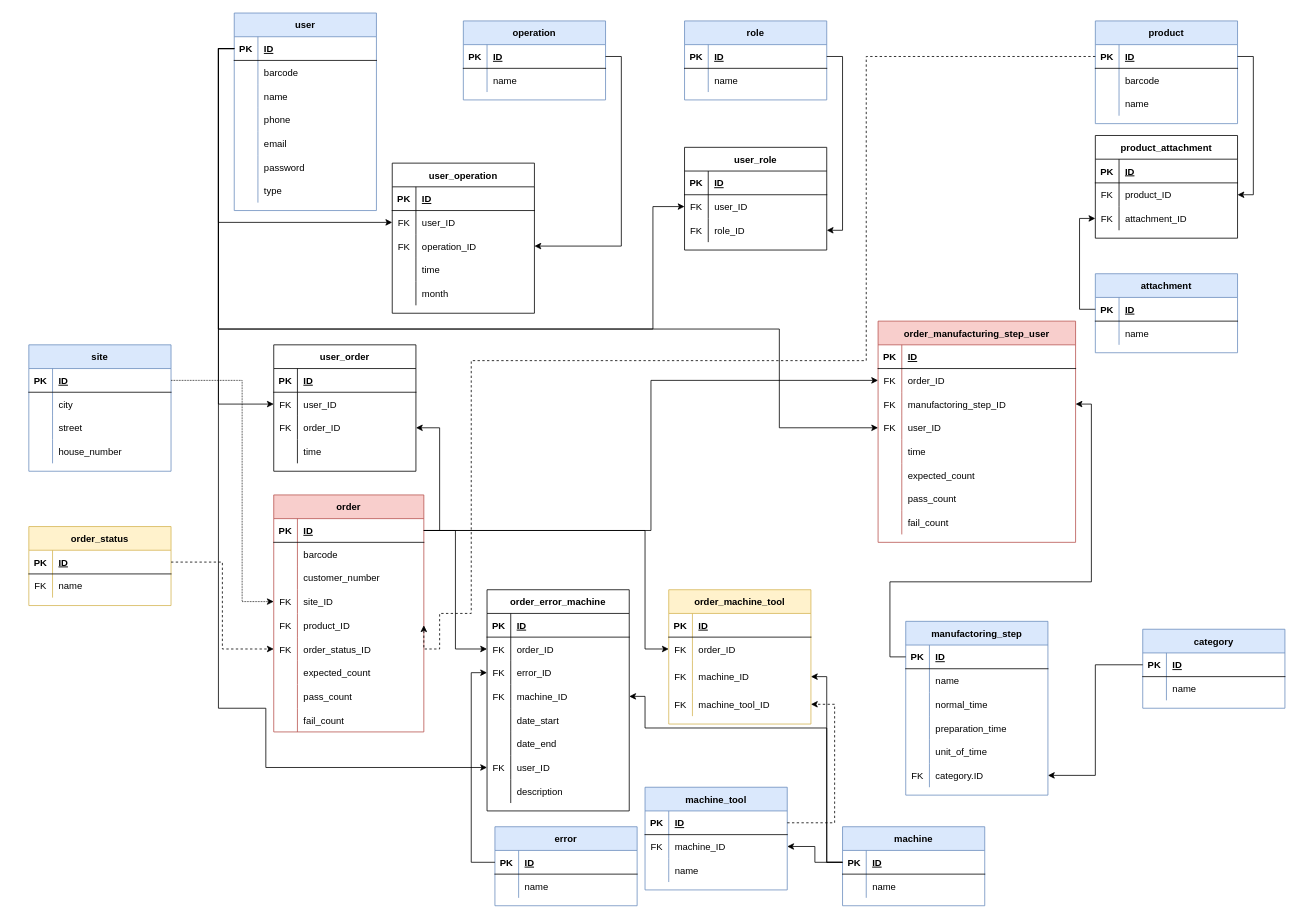
Before: DOC/diagrams/database_plan_2_0_0.drawio in KerteszZoltan/mesterminal, a draw.io diagram. Source tidied: cells renumbered, new cells numbered last; positions are measured from the earlier drawing's top-left corner, leaving out a move shared by most shapes. Both pictures are drawn from the tidied source at 79%, with x=0, y=0 at pixel (28, 13).
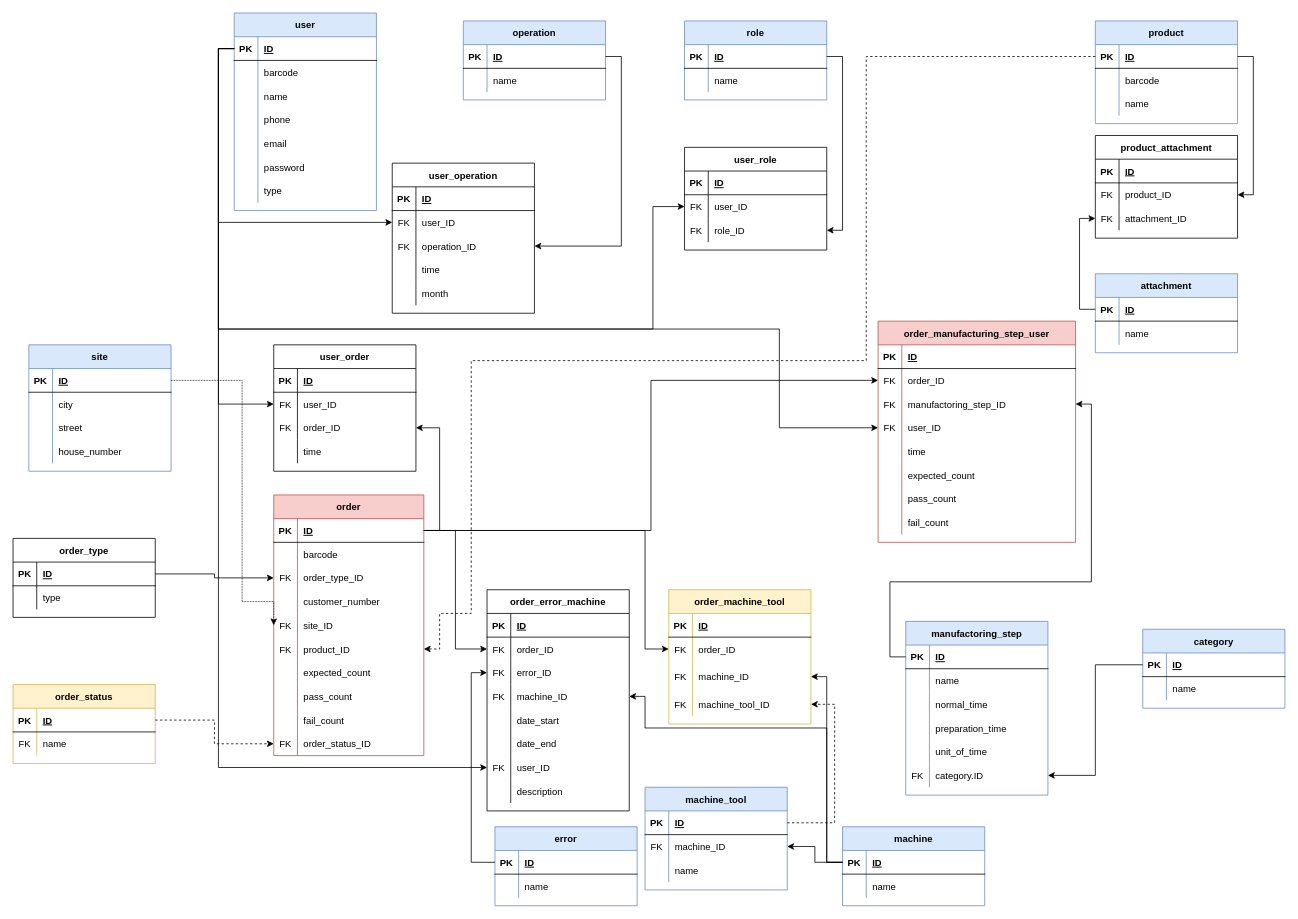
The same page after the edit.

Commit message:
order type completion

The change refers to these unchanged cells:
```xml
<mxCell id="3" style="shape=partialRectangle;fillColor=none;top=0;left=0;bottom=1;right=0;points=[[0,0.5],[1,0.5]];portConstraint=eastwest;" parent="2" vertex="1">
  <mxGeometry y="30" width="180" height="30" as="geometry" />
</mxCell>
<mxCell id="137" style="shape=partialRectangle;fillColor=none;top=0;left=0;bottom=0;right=0;points=[[0,0.5],[1,0.5]];portConstraint=eastwest;" parent="118" vertex="1">
  <mxGeometry y="210" width="180" height="30" as="geometry" />
</mxCell>
```

The edit, as a diff of the source:
```diff
@@
     <mxCell id="68" value="order" style="shape=table;startSize=30;childLayout=tableLayout;rowLines=0;fontStyle=1;align=center;fillColor=#f8cecc;strokeColor=#b85450;" parent="1" vertex="1">
-      <mxGeometry x="310" y="610" width="190" height="300" as="geometry" />
+      <mxGeometry x="310" y="610" width="190" height="330" as="geometry" />
     </mxCell>
@@
+    <mxCell id="288" style="shape=partialRectangle;fillColor=none;top=0;left=0;bottom=0;right=0;points=[[0,0.5],[1,0.5]];portConstraint=eastwest;" parent="68" vertex="1">
+      <mxGeometry y="90" width="190" height="30" as="geometry" />
+    </mxCell>
+    <mxCell id="289" value="FK" style="shape=partialRectangle;fillColor=none;top=0;left=0;bottom=0;right=0;overflow=hidden;" parent="288" vertex="1">
+      <mxGeometry width="30" height="30" as="geometry" />
+    </mxCell>
+    <mxCell id="290" value="order_type_ID" style="shape=partialRectangle;fillColor=none;top=0;left=0;bottom=0;right=0;align=left;spacingLeft=6;overflow=hidden;" parent="288" vertex="1">
+      <mxGeometry x="30" width="160" height="30" as="geometry" />
+    </mxCell>
     <mxCell id="75" style="shape=partialRectangle;fillColor=none;top=0;left=0;bottom=0;right=0;" parent="68" vertex="1">
-      <mxGeometry y="90" width="190" height="30" as="geometry" />
+      <mxGeometry y="120" width="190" height="30" as="geometry" />
     </mxCell>
@@
     <mxCell id="78" style="shape=partialRectangle;fillColor=none;top=0;left=0;bottom=0;right=0;points=[[0,0.5],[1,0.5]];portConstraint=eastwest;" parent="68" vertex="1">
-      <mxGeometry y="120" width="190" height="30" as="geometry" />
+      <mxGeometry y="150" width="190" height="30" as="geometry" />
     </mxCell>
@@
     <mxCell id="81" style="shape=partialRectangle;fillColor=none;top=0;left=0;bottom=0;right=0;points=[[0,0.5],[1,0.5]];portConstraint=eastwest;" parent="68" vertex="1">
-      <mxGeometry y="150" width="190" height="30" as="geometry" />
+      <mxGeometry y="180" width="190" height="30" as="geometry" />
     </mxCell>
@@
-    <mxCell id="84" style="shape=partialRectangle;fillColor=none;top=0;left=0;bottom=0;right=0;points=[[0,0.5],[1,0.5]];portConstraint=eastwest;" parent="68" vertex="1">
-      <mxGeometry y="180" width="190" height="30" as="geometry" />
-    </mxCell>
-    <mxCell id="85" value="FK" style="shape=partialRectangle;fillColor=none;top=0;left=0;bottom=0;right=0;overflow=hidden;" parent="84" vertex="1">
-      <mxGeometry width="30" height="30" as="geometry" />
-    </mxCell>
-    <mxCell id="86" value="order_status_ID" style="shape=partialRectangle;fillColor=none;top=0;left=0;bottom=0;right=0;align=left;spacingLeft=6;overflow=hidden;" parent="84" vertex="1">
-      <mxGeometry x="30" width="160" height="30" as="geometry" />
-    </mxCell>
@@
+    <mxCell id="84" style="shape=partialRectangle;fillColor=none;top=0;left=0;bottom=0;right=0;points=[[0,0.5],[1,0.5]];portConstraint=eastwest;" parent="68" vertex="1">
+      <mxGeometry y="300" width="190" height="30" as="geometry" />
+    </mxCell>
+    <mxCell id="85" value="FK" style="shape=partialRectangle;fillColor=none;top=0;left=0;bottom=0;right=0;overflow=hidden;" parent="84" vertex="1">
+      <mxGeometry width="30" height="30" as="geometry" />
+    </mxCell>
+    <mxCell id="86" value="order_status_ID" style="shape=partialRectangle;fillColor=none;top=0;left=0;bottom=0;right=0;align=left;spacingLeft=6;overflow=hidden;" parent="84" vertex="1">
+      <mxGeometry x="30" width="160" height="30" as="geometry" />
+    </mxCell>
@@
     <mxCell id="167" value="order_status" style="shape=table;startSize=30;childLayout=tableLayout;rowLines=0;fontStyle=1;align=center;fillColor=#fff2cc;strokeColor=#d6b656;" parent="1" vertex="1">
-      <mxGeometry y="650" width="180" height="100" as="geometry" />
+      <mxGeometry x="-20" y="850" width="180" height="100" as="geometry" />
     </mxCell>
@@
     <mxCell id="284" style="edgeStyle=orthogonalEdgeStyle;rounded=0;jettySize=auto;html=1;exitX=0;exitY=0.5;exitDx=0;exitDy=0;entryX=0;entryY=0.5;entryDx=0;entryDy=0;" parent="1" edge="1" source="3" target="137">
       <mxGeometry relative="1" as="geometry">
         <Array as="points">
           <mxPoint x="240" y="45" />
-          <mxPoint x="240" y="880" />
-          <mxPoint x="300" y="880" />
-          <mxPoint x="300" y="955" />
+          <mxPoint x="240" y="955" />
         </Array>
       </mxGeometry>
     </mxCell>
@@
+    <mxCell id="291" value="order_type" style="shape=table;startSize=30;childLayout=tableLayout;rowLines=0;fontStyle=1;align=center;" parent="1" vertex="1">
+      <mxGeometry x="-20" y="665" width="180" height="100" as="geometry" />
+    </mxCell>
+    <mxCell id="292" style="shape=partialRectangle;fillColor=none;top=0;left=0;bottom=1;right=0;points=[[0,0.5],[1,0.5]];portConstraint=eastwest;" parent="291" vertex="1">
+      <mxGeometry y="30" width="180" height="30" as="geometry" />
+    </mxCell>
+    <mxCell id="293" value="PK" style="shape=partialRectangle;fillColor=none;top=0;left=0;bottom=0;right=0;fontStyle=1;overflow=hidden;" parent="292" vertex="1">
+      <mxGeometry width="30" height="30" as="geometry" />
+    </mxCell>
+    <mxCell id="294" value="ID" style="shape=partialRectangle;fillColor=none;top=0;left=0;bottom=0;right=0;align=left;spacingLeft=6;fontStyle=5;overflow=hidden;" parent="292" vertex="1">
+      <mxGeometry x="30" width="150" height="30" as="geometry" />
+    </mxCell>
+    <mxCell id="295" style="shape=partialRectangle;fillColor=none;top=0;left=0;bottom=0;right=0;" parent="291" vertex="1">
+      <mxGeometry y="60" width="180" height="30" as="geometry" />
+    </mxCell>
+    <mxCell id="296" style="shape=partialRectangle;fillColor=none;top=0;left=0;bottom=0;right=0;overflow=hidden;" parent="295" vertex="1">
+      <mxGeometry width="30" height="30" as="geometry" />
+    </mxCell>
+    <mxCell id="297" value="type" style="shape=partialRectangle;fillColor=none;top=0;left=0;bottom=0;right=0;align=left;spacingLeft=6;overflow=hidden;" parent="295" vertex="1">
+      <mxGeometry x="30" width="150" height="30" as="geometry" />
+    </mxCell>
+    <mxCell id="298" style="edgeStyle=orthogonalEdgeStyle;rounded=0;jettySize=auto;html=1;exitX=1;exitY=0.5;exitDx=0;exitDy=0;entryX=0;entryY=0.5;entryDx=0;entryDy=0;" parent="1" edge="1" source="292" target="288">
+      <mxGeometry relative="1" as="geometry" />
+    </mxCell>
```
